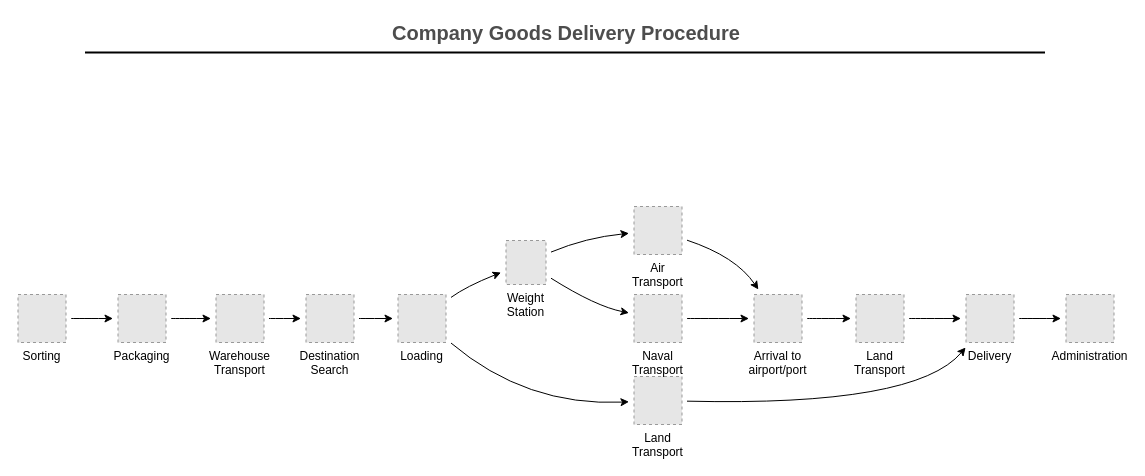
The draw.io diagram Diagrama sin título.drawio in liyo86/diagramaTFT, before the edit. Source tidied: cells renumbered, new cells numbered last; positions are measured from the earlier drawing's top-left corner, leaving out a move shared by most shapes. Both pictures are drawn from the tidied source at 100%, with x=0, y=0 at pixel (17, 17). Pictures stored in the file or linked from it are replaced by grey dashed boxes.
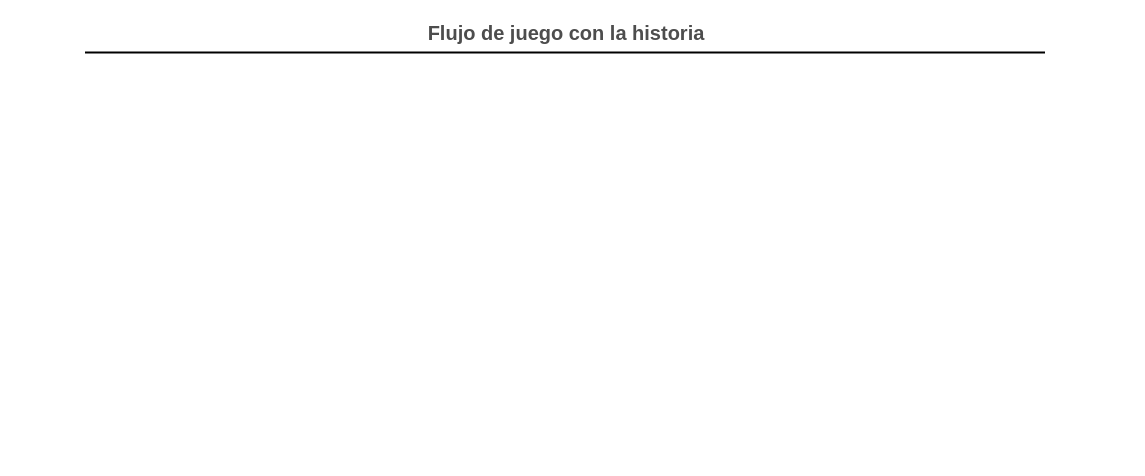
The same page after the edit.

Diff of the diagram source:
```diff
@@
-    <mxCell id="2" style="jettySize=auto;html=1;curved=1;sourcePerimeterSpacing=5;targetPerimeterSpacing=5;" parent="1" edge="1" source="3" target="16">
-      <mxGeometry relative="1" as="geometry" />
-    </mxCell>
-    <mxCell id="3" value="Warehouse&#10;Transport" style="fillColor=#E6E6E6;strokeColor=#999999;dashed=1;verticalLabelPosition=bottom;verticalAlign=top;" parent="1" vertex="1">
-      <mxGeometry x="198.5" y="277" width="48" height="48" as="geometry" />
-    </mxCell>
-    <mxCell id="4" style="jettySize=auto;html=1;curved=1;sourcePerimeterSpacing=5;targetPerimeterSpacing=5;" parent="1" edge="1" source="5" target="14">
-      <mxGeometry relative="1" as="geometry" />
-    </mxCell>
-    <mxCell id="5" value="Sorting" style="fillColor=#E6E6E6;strokeColor=#999999;dashed=1;verticalLabelPosition=bottom;verticalAlign=top;" parent="1" vertex="1">
-      <mxGeometry x="0.5" y="277" width="48" height="48" as="geometry" />
-    </mxCell>
-    <mxCell id="6" style="jettySize=auto;html=1;curved=1;sourcePerimeterSpacing=5;targetPerimeterSpacing=5;" parent="1" edge="1" source="7" target="27">
-      <mxGeometry relative="1" as="geometry">
-        <Array as="points">
-          <mxPoint x="898.5" y="389" />
-        </Array>
-      </mxGeometry>
-    </mxCell>
-    <mxCell id="7" value="Land&#10;Transport" style="fillColor=#E6E6E6;strokeColor=#999999;dashed=1;verticalLabelPosition=bottom;verticalAlign=top;" parent="1" vertex="1">
-      <mxGeometry x="616.5" y="359" width="48" height="48" as="geometry" />
-    </mxCell>
-    <mxCell id="8" style="jettySize=auto;html=1;curved=1;sourcePerimeterSpacing=5;targetPerimeterSpacing=5;" parent="1" edge="1" source="9" target="18">
-      <mxGeometry relative="1" as="geometry">
-        <Array as="points">
-          <mxPoint x="718.5" y="239" />
-        </Array>
-      </mxGeometry>
-    </mxCell>
-    <mxCell id="9" value="Air&#10;Transport" style="fillColor=#E6E6E6;strokeColor=#999999;dashed=1;verticalLabelPosition=bottom;verticalAlign=top;" parent="1" vertex="1">
-      <mxGeometry x="616.5" y="189" width="48" height="48" as="geometry" />
-    </mxCell>
-    <mxCell id="10" style="jettySize=auto;html=1;curved=1;sourcePerimeterSpacing=5;targetPerimeterSpacing=5;" parent="1" edge="1" source="12" target="21">
-      <mxGeometry relative="1" as="geometry">
-        <Array as="points">
-          <mxPoint x="448.5" y="269" />
-        </Array>
-      </mxGeometry>
-    </mxCell>
-    <mxCell id="11" style="jettySize=auto;html=1;curved=1;sourcePerimeterSpacing=5;targetPerimeterSpacing=5;" parent="1" edge="1" source="12" target="7">
-      <mxGeometry relative="1" as="geometry">
-        <Array as="points">
-          <mxPoint x="508.5" y="389" />
-        </Array>
-      </mxGeometry>
-    </mxCell>
-    <mxCell id="12" value="Loading" style="fillColor=#E6E6E6;strokeColor=#999999;dashed=1;verticalLabelPosition=bottom;verticalAlign=top;" parent="1" vertex="1">
-      <mxGeometry x="380.5" y="277" width="48" height="48" as="geometry" />
-    </mxCell>
-    <mxCell id="13" style="jettySize=auto;html=1;curved=1;sourcePerimeterSpacing=5;targetPerimeterSpacing=5;" parent="1" edge="1" source="14" target="3">
-      <mxGeometry relative="1" as="geometry" />
-    </mxCell>
-    <mxCell id="14" value="Packaging" style="fillColor=#E6E6E6;strokeColor=#999999;dashed=1;verticalLabelPosition=bottom;verticalAlign=top;" parent="1" vertex="1">
-      <mxGeometry x="100.5" y="277" width="48" height="48" as="geometry" />
-    </mxCell>
-    <mxCell id="15" style="jettySize=auto;html=1;curved=1;sourcePerimeterSpacing=5;targetPerimeterSpacing=5;" parent="1" edge="1" source="16" target="12">
-      <mxGeometry relative="1" as="geometry" />
-    </mxCell>
-    <mxCell id="16" value="Destination&#10;Search" style="fillColor=#E6E6E6;strokeColor=#999999;dashed=1;verticalLabelPosition=bottom;verticalAlign=top;" parent="1" vertex="1">
-      <mxGeometry x="288.5" y="277" width="48" height="48" as="geometry" />
-    </mxCell>
-    <mxCell id="17" style="jettySize=auto;html=1;curved=1;sourcePerimeterSpacing=5;targetPerimeterSpacing=5;" parent="1" edge="1" source="18" target="25">
-      <mxGeometry relative="1" as="geometry" />
-    </mxCell>
-    <mxCell id="18" value="Arrival to&#10;airport/port" style="fillColor=#E6E6E6;strokeColor=#999999;dashed=1;verticalLabelPosition=bottom;verticalAlign=top;" parent="1" vertex="1">
-      <mxGeometry x="736.5" y="277" width="48" height="48" as="geometry" />
-    </mxCell>
-    <mxCell id="19" style="jettySize=auto;html=1;curved=1;sourcePerimeterSpacing=5;targetPerimeterSpacing=5;" parent="1" edge="1" source="21" target="9">
-      <mxGeometry relative="1" as="geometry">
-        <Array as="points">
-          <mxPoint x="568.5" y="220" />
-        </Array>
-      </mxGeometry>
-    </mxCell>
-    <mxCell id="20" style="jettySize=auto;html=1;curved=1;sourcePerimeterSpacing=5;targetPerimeterSpacing=5;" parent="1" edge="1" source="21" target="23">
-      <mxGeometry relative="1" as="geometry">
-        <Array as="points">
-          <mxPoint x="578.5" y="289" />
-        </Array>
-      </mxGeometry>
-    </mxCell>
-    <mxCell id="21" value="Weight&#10;Station" style="fillColor=#E6E6E6;strokeColor=#999999;dashed=1;verticalLabelPosition=bottom;verticalAlign=top;" parent="1" vertex="1">
-      <mxGeometry x="488.5" y="223" width="40" height="44" as="geometry" />
-    </mxCell>
-    <mxCell id="22" style="jettySize=auto;html=1;curved=1;sourcePerimeterSpacing=5;targetPerimeterSpacing=5;" parent="1" edge="1" source="23" target="18">
-      <mxGeometry relative="1" as="geometry" />
-    </mxCell>
-    <mxCell id="23" value="Naval&#10;Transport" style="fillColor=#E6E6E6;strokeColor=#999999;dashed=1;verticalLabelPosition=bottom;verticalAlign=top;" parent="1" vertex="1">
-      <mxGeometry x="616.5" y="277" width="48" height="48" as="geometry" />
-    </mxCell>
-    <mxCell id="24" style="jettySize=auto;html=1;curved=1;sourcePerimeterSpacing=5;targetPerimeterSpacing=5;" parent="1" edge="1" source="25" target="27">
-      <mxGeometry relative="1" as="geometry" />
-    </mxCell>
-    <mxCell id="25" value="Land&#10;Transport" style="fillColor=#E6E6E6;strokeColor=#999999;dashed=1;verticalLabelPosition=bottom;verticalAlign=top;" parent="1" vertex="1">
-      <mxGeometry x="838.5" y="277" width="48" height="48" as="geometry" />
-    </mxCell>
-    <mxCell id="26" style="jettySize=auto;html=1;curved=1;sourcePerimeterSpacing=5;targetPerimeterSpacing=5;" parent="1" edge="1" source="27" target="28">
-      <mxGeometry relative="1" as="geometry" />
-    </mxCell>
-    <mxCell id="27" value="Delivery" style="fillColor=#E6E6E6;strokeColor=#999999;dashed=1;verticalLabelPosition=bottom;verticalAlign=top;" parent="1" vertex="1">
-      <mxGeometry x="948.5" y="277" width="48" height="48" as="geometry" />
-    </mxCell>
-    <mxCell id="28" value="Administration" style="fillColor=#E6E6E6;strokeColor=#999999;dashed=1;verticalLabelPosition=bottom;verticalAlign=top;" parent="1" vertex="1">
-      <mxGeometry x="1048.5" y="277" width="48" height="48" as="geometry" />
-    </mxCell>
-    <mxCell id="29" value="Company Goods Delivery Procedure" style="text;html=1;strokeColor=none;fillColor=none;align=center;verticalAlign=middle;whiteSpace=wrap;rounded=0;fontStyle=1;fontSize=20;fontColor=#4D4D4D;" parent="1" vertex="1">
+    <mxCell id="29" value="Flujo de juego con la historia" style="text;html=1;strokeColor=none;fillColor=none;align=center;verticalAlign=middle;whiteSpace=wrap;rounded=0;fontStyle=1;fontSize=20;fontColor=#4D4D4D;" parent="1" vertex="1">
       <mxGeometry x="153.5" width="790" height="30" as="geometry" />
     </mxCell>
```
